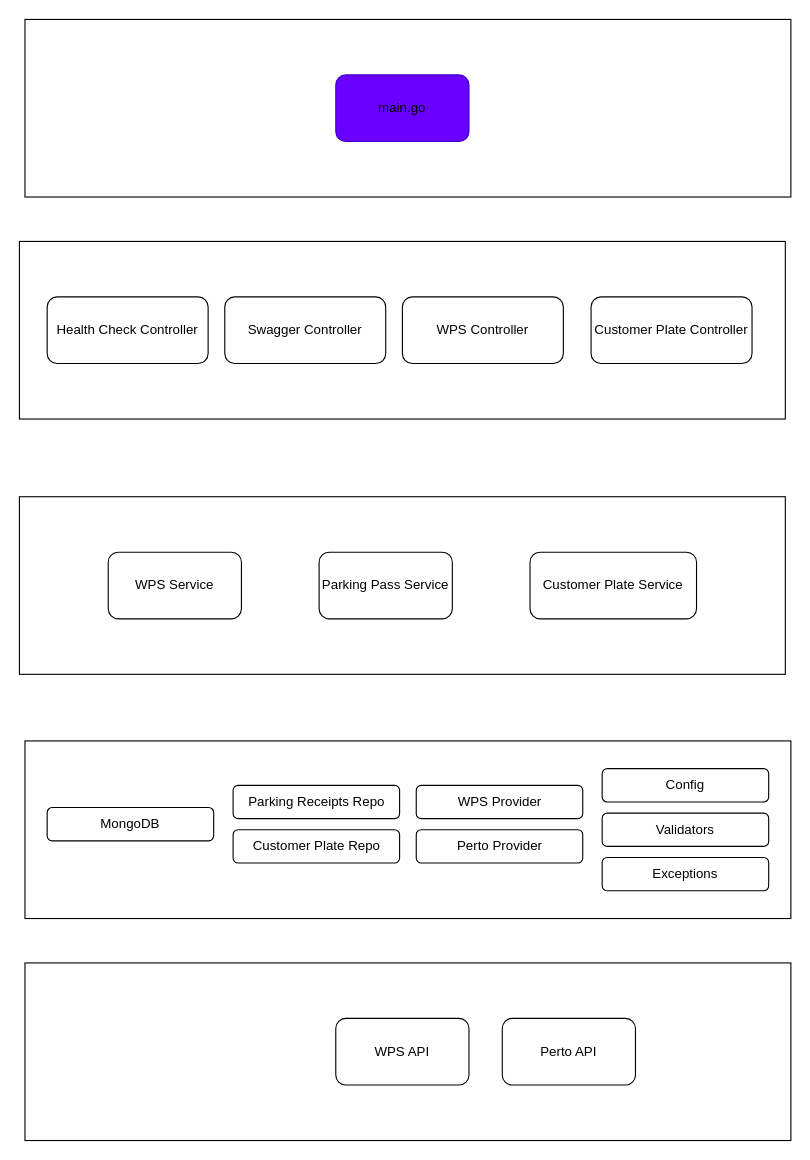
The draw.io diagram diagrams/parking-hub.drawio in LucasJunio/draw.io, before the edit. Source tidied: cells renumbered, new cells numbered last; positions are measured from the earlier drawing's top-left corner, leaving out a move shared by most shapes. Both pictures are drawn from the tidied source at 111%, with x=0, y=0 at pixel (19, 19).
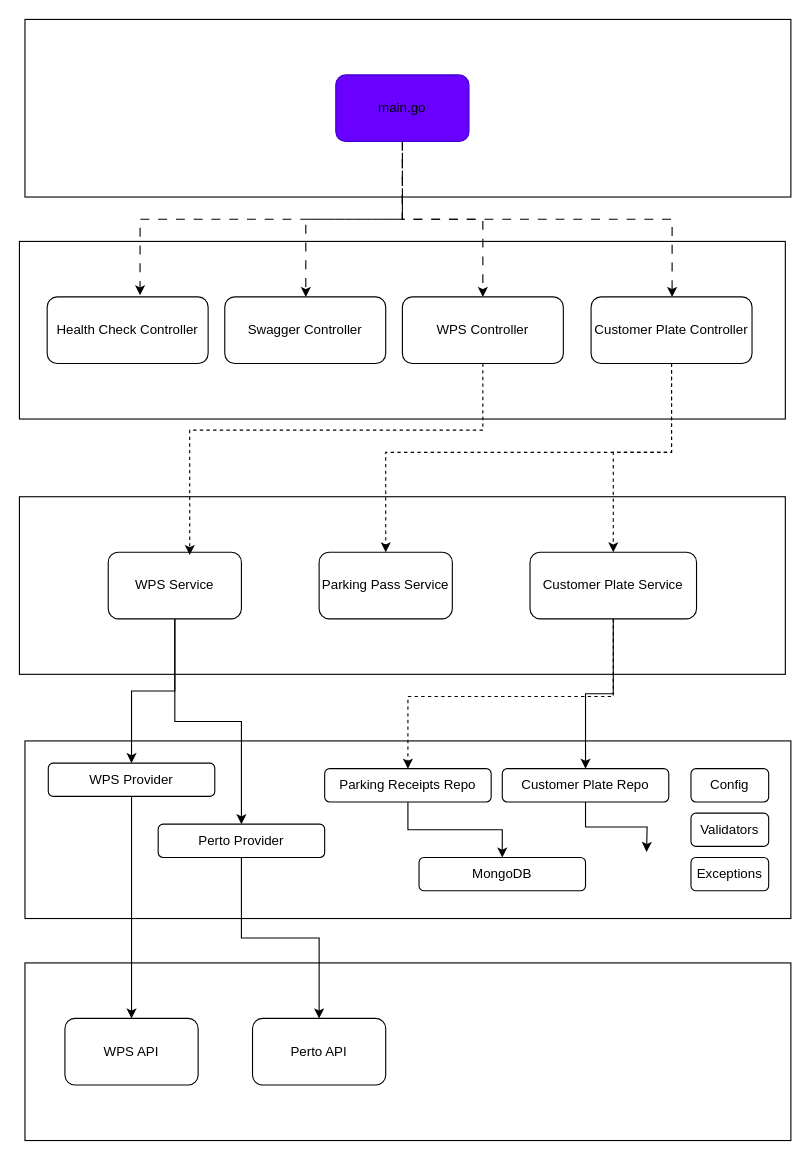
The same diagram, later.

Commit message:
criação do fluxo entre camadas

The change refers to these unchanged cells:
```xml
<mxCell id="2" style="rounded=0;whiteSpace=wrap;html=1;" parent="1" vertex="1">
  <mxGeometry x="5" width="690" height="160" as="geometry" />
</mxCell>
<mxCell id="3" value="&lt;font style=&quot;color: light-dark(rgb(0, 0, 0), rgb(255, 255, 255));&quot;&gt;main.go&lt;/font&gt;" style="rounded=1;whiteSpace=wrap;html=1;fillColor=light-dark(#6A00FF,#7F00FF);fontColor=#ffffff;strokeColor=#3700CC;" parent="1" vertex="1">
  <mxGeometry x="285" y="50" width="120" height="60" as="geometry" />
</mxCell>
<mxCell id="5" value="Health Check Controller" style="rounded=1;whiteSpace=wrap;html=1;" parent="1" vertex="1">
  <mxGeometry x="25" y="250" width="145" height="60" as="geometry" />
</mxCell>
<mxCell id="7" value="WPS Service" style="rounded=1;whiteSpace=wrap;html=1;" parent="1" vertex="1">
  <mxGeometry x="80" y="480" width="120" height="60" as="geometry" />
</mxCell>
<mxCell id="12" value="Swagger Controller" style="rounded=1;whiteSpace=wrap;html=1;" parent="1" vertex="1">
  <mxGeometry x="185" y="250" width="145" height="60" as="geometry" />
</mxCell>
<mxCell id="13" value="WPS Controller" style="rounded=1;whiteSpace=wrap;html=1;" parent="1" vertex="1">
  <mxGeometry x="345" y="250" width="145" height="60" as="geometry" />
</mxCell>
<mxCell id="14" value="Customer Plate Controller" style="rounded=1;whiteSpace=wrap;html=1;" parent="1" vertex="1">
  <mxGeometry x="515" y="250" width="145" height="60" as="geometry" />
</mxCell>
<mxCell id="15" value="Customer Plate Service" style="rounded=1;whiteSpace=wrap;html=1;" parent="1" vertex="1">
  <mxGeometry x="460" y="480" width="150" height="60" as="geometry" />
</mxCell>
<mxCell id="16" value="Parking Pass Service" style="rounded=1;whiteSpace=wrap;html=1;" parent="1" vertex="1">
  <mxGeometry x="270" y="480" width="120" height="60" as="geometry" />
</mxCell>
```

Diff of the diagram source:
```diff
@@
+    <mxCell id="8" style="rounded=0;whiteSpace=wrap;html=1;" parent="1" vertex="1">
+      <mxGeometry x="5" y="650" width="690" height="160" as="geometry" />
+    </mxCell>
+    <mxCell id="4" style="rounded=0;whiteSpace=wrap;html=1;" parent="1" vertex="1">
+      <mxGeometry y="200" width="690" height="160" as="geometry" />
+    </mxCell>
+    <mxCell id="25" style="edgeStyle=orthogonalEdgeStyle;rounded=0;jettySize=auto;html=1;dashed=1;strokeWidth=1;dashPattern=8 8;" parent="1" edge="1" source="2" target="12">
+      <mxGeometry relative="1" as="geometry">
+        <Array as="points">
+          <mxPoint x="345" y="180" />
+          <mxPoint x="258" y="180" />
+        </Array>
+      </mxGeometry>
+    </mxCell>
@@
+    <mxCell id="26" style="edgeStyle=orthogonalEdgeStyle;rounded=0;jettySize=auto;html=1;dashed=1;strokeWidth=1;dashPattern=8 8;" parent="1" edge="1" source="3" target="13">
+      <mxGeometry relative="1" as="geometry" />
+    </mxCell>
@@
-    <mxCell id="4" style="rounded=0;whiteSpace=wrap;html=1;" parent="1" vertex="1">
-      <mxGeometry y="200" width="690" height="160" as="geometry" />
-    </mxCell>
@@
+    <mxCell id="27" style="edgeStyle=orthogonalEdgeStyle;rounded=0;jettySize=auto;html=1;" parent="1" edge="1" source="7" target="18">
+      <mxGeometry relative="1" as="geometry" />
+    </mxCell>
+    <mxCell id="28" style="edgeStyle=orthogonalEdgeStyle;rounded=0;jettySize=auto;html=1;entryX=0.5;entryY=0;entryDx=0;entryDy=0;" parent="1" edge="1" source="7" target="19">
+      <mxGeometry relative="1" as="geometry" />
+    </mxCell>
@@
-    <mxCell id="8" style="rounded=0;whiteSpace=wrap;html=1;" parent="1" vertex="1">
-      <mxGeometry x="5" y="650" width="690" height="160" as="geometry" />
-    </mxCell>
+    <mxCell id="29" style="edgeStyle=orthogonalEdgeStyle;rounded=0;jettySize=auto;html=1;" parent="1" edge="1" source="9" target="20">
+      <mxGeometry relative="1" as="geometry" />
+    </mxCell>
     <mxCell id="9" value="Parking Receipts Repo" style="rounded=1;whiteSpace=wrap;html=1;" parent="1" vertex="1">
-      <mxGeometry x="192.5" y="690" width="150" height="30" as="geometry" />
+      <mxGeometry x="275" y="675" width="150" height="30" as="geometry" />
     </mxCell>
@@
     <mxCell id="11" value="WPS API" style="rounded=1;whiteSpace=wrap;html=1;" parent="1" vertex="1">
-      <mxGeometry x="285" y="900" width="120" height="60" as="geometry" />
+      <mxGeometry x="41" y="900" width="120" height="60" as="geometry" />
     </mxCell>
@@
+    <mxCell id="30" style="edgeStyle=orthogonalEdgeStyle;rounded=0;jettySize=auto;html=1;dashed=1;" parent="1" edge="1" source="14" target="15">
+      <mxGeometry relative="1" as="geometry">
+        <Array as="points">
+          <mxPoint x="588" y="390" />
+          <mxPoint x="535" y="390" />
+        </Array>
+      </mxGeometry>
+    </mxCell>
+    <mxCell id="31" style="edgeStyle=orthogonalEdgeStyle;rounded=0;jettySize=auto;html=1;dashed=1;" parent="1" edge="1" source="14" target="16">
+      <mxGeometry relative="1" as="geometry">
+        <Array as="points">
+          <mxPoint x="588" y="390" />
+          <mxPoint x="330" y="390" />
+        </Array>
+      </mxGeometry>
+    </mxCell>
@@
+    <mxCell id="32" style="edgeStyle=orthogonalEdgeStyle;rounded=0;jettySize=auto;html=1;entryX=0.5;entryY=0;entryDx=0;entryDy=0;" parent="1" edge="1" source="15" target="17">
+      <mxGeometry relative="1" as="geometry" />
+    </mxCell>
+    <mxCell id="33" style="edgeStyle=orthogonalEdgeStyle;rounded=0;jettySize=auto;html=1;dashed=1;" parent="1" edge="1" source="15" target="9">
+      <mxGeometry relative="1" as="geometry">
+        <Array as="points">
+          <mxPoint x="535" y="610" />
+          <mxPoint x="350" y="610" />
+        </Array>
+      </mxGeometry>
+    </mxCell>
@@
+    <mxCell id="34" style="edgeStyle=orthogonalEdgeStyle;rounded=0;jettySize=auto;html=1;" parent="1" edge="1" source="17">
+      <mxGeometry relative="1" as="geometry">
+        <mxPoint x="565" y="750" as="targetPoint" />
+      </mxGeometry>
+    </mxCell>
     <mxCell id="17" value="Customer Plate Repo" style="rounded=1;whiteSpace=wrap;html=1;" parent="1" vertex="1">
-      <mxGeometry x="192.5" y="730" width="150" height="30" as="geometry" />
+      <mxGeometry x="435" y="675" width="150" height="30" as="geometry" />
     </mxCell>
+    <mxCell id="35" style="edgeStyle=orthogonalEdgeStyle;rounded=0;jettySize=auto;html=1;" parent="1" edge="1" source="18" target="11">
+      <mxGeometry relative="1" as="geometry" />
+    </mxCell>
     <mxCell id="18" value="WPS Provider" style="rounded=1;whiteSpace=wrap;html=1;" parent="1" vertex="1">
-      <mxGeometry x="357.5" y="690" width="150" height="30" as="geometry" />
+      <mxGeometry x="26" y="670" width="150" height="30" as="geometry" />
     </mxCell>
+    <mxCell id="36" style="edgeStyle=orthogonalEdgeStyle;rounded=0;jettySize=auto;html=1;" parent="1" edge="1" source="19" target="24">
+      <mxGeometry relative="1" as="geometry" />
+    </mxCell>
     <mxCell id="19" value="Perto Provider" style="rounded=1;whiteSpace=wrap;html=1;" parent="1" vertex="1">
-      <mxGeometry x="357.5" y="730" width="150" height="30" as="geometry" />
+      <mxGeometry x="125" y="725" width="150" height="30" as="geometry" />
     </mxCell>
     <mxCell id="20" value="MongoDB" style="rounded=1;whiteSpace=wrap;html=1;" parent="1" vertex="1">
-      <mxGeometry x="25" y="710" width="150" height="30" as="geometry" />
+      <mxGeometry x="360" y="755" width="150" height="30" as="geometry" />
     </mxCell>
     <mxCell id="21" value="Config" style="rounded=1;whiteSpace=wrap;html=1;" parent="1" vertex="1">
-      <mxGeometry x="525" y="675" width="150" height="30" as="geometry" />
+      <mxGeometry x="605" y="675" width="70" height="30" as="geometry" />
     </mxCell>
     <mxCell id="22" value="Validators" style="rounded=1;whiteSpace=wrap;html=1;" parent="1" vertex="1">
-      <mxGeometry x="525" y="715" width="150" height="30" as="geometry" />
+      <mxGeometry x="605" y="715" width="70" height="30" as="geometry" />
     </mxCell>
     <mxCell id="23" value="Exceptions" style="rounded=1;whiteSpace=wrap;html=1;" parent="1" vertex="1">
-      <mxGeometry x="525" y="755" width="150" height="30" as="geometry" />
+      <mxGeometry x="605" y="755" width="70" height="30" as="geometry" />
     </mxCell>
     <mxCell id="24" value="Perto API" style="rounded=1;whiteSpace=wrap;html=1;" parent="1" vertex="1">
-      <mxGeometry x="435" y="900" width="120" height="60" as="geometry" />
+      <mxGeometry x="210" y="900" width="120" height="60" as="geometry" />
     </mxCell>
+    <mxCell id="37" style="edgeStyle=orthogonalEdgeStyle;rounded=0;jettySize=auto;html=1;entryX=0.577;entryY=-0.026;entryDx=0;entryDy=0;entryPerimeter=0;dashed=1;strokeWidth=1;dashPattern=8 8;" parent="1" edge="1" target="5">
+      <mxGeometry relative="1" as="geometry">
+        <mxPoint x="345" y="120" as="sourcePoint" />
+        <Array as="points">
+          <mxPoint x="345" y="180" />
+          <mxPoint x="109" y="180" />
+        </Array>
+      </mxGeometry>
+    </mxCell>
+    <mxCell id="38" style="edgeStyle=orthogonalEdgeStyle;rounded=0;jettySize=auto;html=1;dashed=1;strokeWidth=1;dashPattern=8 8;" parent="1" edge="1" source="3" target="14">
+      <mxGeometry relative="1" as="geometry">
+        <Array as="points">
+          <mxPoint x="345" y="180" />
+          <mxPoint x="588" y="180" />
+        </Array>
+      </mxGeometry>
+    </mxCell>
+    <mxCell id="39" style="edgeStyle=orthogonalEdgeStyle;rounded=0;jettySize=auto;html=1;entryX=0.612;entryY=0.042;entryDx=0;entryDy=0;entryPerimeter=0;dashed=1;" parent="1" edge="1" source="13" target="7">
+      <mxGeometry relative="1" as="geometry">
+        <Array as="points">
+          <mxPoint x="418" y="370" />
+          <mxPoint x="153" y="370" />
+        </Array>
+      </mxGeometry>
+    </mxCell>
```
